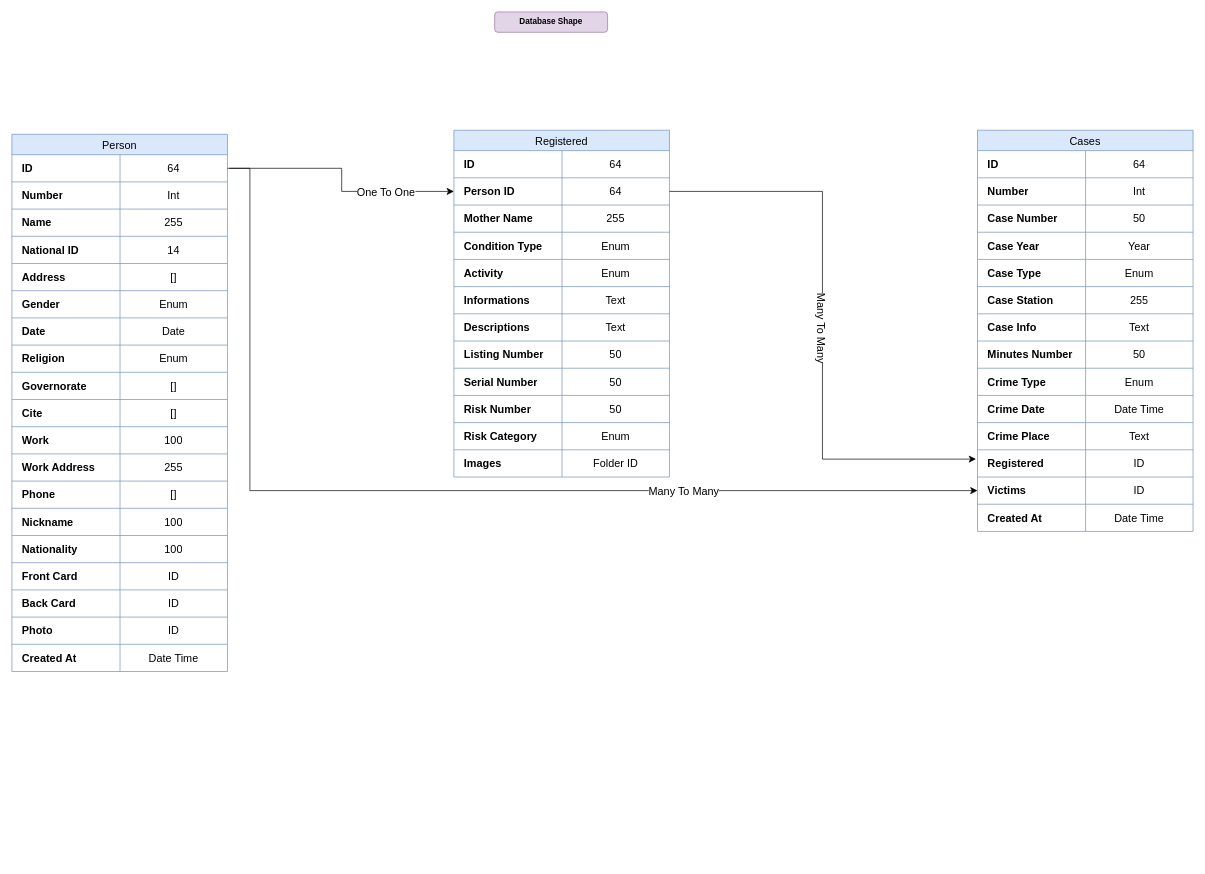
This is archive.drawio from JS-Developer-HM/draft0, a draw.io file, before an edit. Source tidied: cells renumbered, new cells numbered last; positions are measured from the earlier drawing's top-left corner, leaving out a move shared by most shapes. Both pictures are drawn from the tidied source at 68%, with x=0, y=0 at pixel (12, 12).
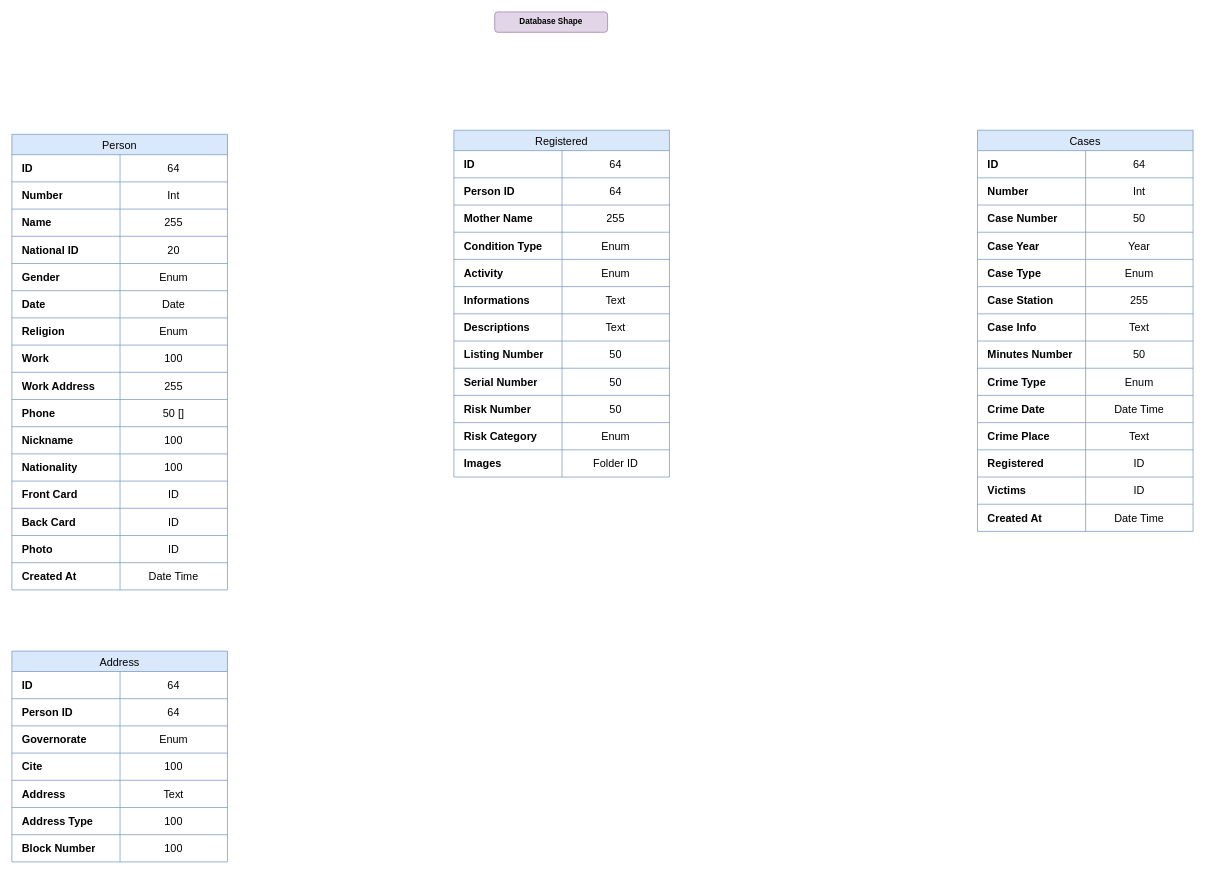
The same diagram, later.

The change refers to these unchanged cells:
```xml
<mxCell id="4" style="shape=tableRow;horizontal=0;startSize=0;swimlaneHead=0;swimlaneBody=0;strokeColor=inherit;top=0;left=0;bottom=0;right=0;fillColor=none;points=[[0,0.5],[1,0.5]];portConstraint=eastwest;fontSize=16;shadow=0;" parent="3" vertex="1">
  <mxGeometry y="30" width="317" height="40" as="geometry" />
</mxCell>
<mxCell id="13" style="shape=tableRow;horizontal=0;startSize=0;swimlaneHead=0;swimlaneBody=0;strokeColor=inherit;top=0;left=0;bottom=0;right=0;fillColor=none;fontSize=16;shadow=0;" parent="3" vertex="1">
  <mxGeometry y="150" width="317" height="40" as="geometry" />
</mxCell>
<mxCell id="65" style="shape=tableRow;horizontal=0;startSize=0;swimlaneHead=0;swimlaneBody=0;strokeColor=inherit;top=0;left=0;bottom=0;right=0;fillColor=none;points=[[0,0.5],[1,0.5]];portConstraint=eastwest;fontSize=16;shadow=0;" parent="61" vertex="1">
  <mxGeometry y="70" width="317" height="40" as="geometry" />
</mxCell>
<mxCell id="132" style="shape=tableRow;horizontal=0;startSize=0;swimlaneHead=0;swimlaneBody=0;strokeColor=inherit;top=0;left=0;bottom=0;right=0;fillColor=none;points=[[0,0.5],[1,0.5]];portConstraint=eastwest;fontSize=16;shadow=0;" parent="98" vertex="1">
  <mxGeometry y="470" width="317" height="40" as="geometry" />
</mxCell>
<mxCell id="135" style="shape=tableRow;horizontal=0;startSize=0;swimlaneHead=0;swimlaneBody=0;strokeColor=inherit;top=0;left=0;bottom=0;right=0;fillColor=none;points=[[0,0.5],[1,0.5]];portConstraint=eastwest;fontSize=16;shadow=0;" parent="98" vertex="1">
  <mxGeometry y="510" width="317" height="40" as="geometry" />
</mxCell>
```

What changed in the source:
```diff
@@
     <mxCell id="3" value="Person" style="shape=table;startSize=30;childLayout=tableLayout;strokeColor=#6c8ebf;fontSize=16;fillColor=#dae8fc;" parent="1" vertex="1">
-      <mxGeometry y="180" width="317" height="790" as="geometry" />
+      <mxGeometry y="180" width="317" height="670" as="geometry" />
     </mxCell>
@@
-    <mxCell id="15" value="14" style="shape=partialRectangle;html=1;whiteSpace=wrap;strokeColor=inherit;overflow=hidden;fillColor=none;top=0;left=0;bottom=0;right=0;fontSize=16;shadow=0;" parent="13" vertex="1">
+    <mxCell id="15" value="20" style="shape=partialRectangle;html=1;whiteSpace=wrap;strokeColor=inherit;overflow=hidden;fillColor=none;top=0;left=0;bottom=0;right=0;fontSize=16;shadow=0;" parent="13" vertex="1">
       <mxGeometry x="159" width="158" height="40" as="geometry" />
     </mxCell>
-    <mxCell id="16" style="shape=tableRow;horizontal=0;startSize=0;swimlaneHead=0;swimlaneBody=0;strokeColor=inherit;top=0;left=0;bottom=0;right=0;fillColor=none;fontSize=16;shadow=0;" parent="3" vertex="1">
-      <mxGeometry y="190" width="317" height="40" as="geometry" />
-    </mxCell>
-    <mxCell id="17" value="Address" style="shape=partialRectangle;html=1;strokeColor=inherit;overflow=hidden;fillColor=none;top=0;left=0;bottom=0;right=0;fontSize=16;shadow=0;fontStyle=1;fontColor=light-dark(#000000,#CCCCFF);align=left;verticalAlign=middle;labelBackgroundColor=none;labelBorderColor=none;textShadow=0;whiteSpace=wrap;spacingTop=0;spacing=2;spacingLeft=13;" parent="16" vertex="1">
-      <mxGeometry width="159" height="40" as="geometry" />
-    </mxCell>
-    <mxCell id="18" value="[]" style="shape=partialRectangle;html=1;whiteSpace=wrap;strokeColor=inherit;overflow=hidden;fillColor=none;top=0;left=0;bottom=0;right=0;fontSize=16;shadow=0;" parent="16" vertex="1">
-      <mxGeometry x="159" width="158" height="40" as="geometry" />
-    </mxCell>
     <mxCell id="19" style="shape=tableRow;horizontal=0;startSize=0;swimlaneHead=0;swimlaneBody=0;strokeColor=inherit;top=0;left=0;bottom=0;right=0;fillColor=none;fontSize=16;shadow=0;" parent="3" vertex="1">
-      <mxGeometry y="230" width="317" height="40" as="geometry" />
+      <mxGeometry y="190" width="317" height="40" as="geometry" />
     </mxCell>
@@
     <mxCell id="22" style="shape=tableRow;horizontal=0;startSize=0;swimlaneHead=0;swimlaneBody=0;strokeColor=inherit;top=0;left=0;bottom=0;right=0;fillColor=none;fontSize=16;shadow=0;" parent="3" vertex="1">
-      <mxGeometry y="270" width="317" height="40" as="geometry" />
+      <mxGeometry y="230" width="317" height="40" as="geometry" />
     </mxCell>
@@
     <mxCell id="25" style="shape=tableRow;horizontal=0;startSize=0;swimlaneHead=0;swimlaneBody=0;strokeColor=inherit;top=0;left=0;bottom=0;right=0;fillColor=none;fontSize=16;shadow=0;" parent="3" vertex="1">
-      <mxGeometry y="310" width="317" height="40" as="geometry" />
+      <mxGeometry y="270" width="317" height="40" as="geometry" />
     </mxCell>
@@
-    <mxCell id="28" style="shape=tableRow;horizontal=0;startSize=0;swimlaneHead=0;swimlaneBody=0;strokeColor=inherit;top=0;left=0;bottom=0;right=0;fillColor=none;fontSize=16;shadow=0;" parent="3" vertex="1">
-      <mxGeometry y="350" width="317" height="40" as="geometry" />
-    </mxCell>
-    <mxCell id="29" value="Governorate" style="shape=partialRectangle;html=1;strokeColor=inherit;overflow=hidden;fillColor=none;top=0;left=0;bottom=0;right=0;fontSize=16;shadow=0;fontStyle=1;fontColor=light-dark(#000000,#CCCCFF);align=left;verticalAlign=middle;labelBackgroundColor=none;labelBorderColor=none;textShadow=0;whiteSpace=wrap;spacingTop=0;spacing=2;spacingLeft=13;" parent="28" vertex="1">
-      <mxGeometry width="159" height="40" as="geometry" />
-    </mxCell>
-    <mxCell id="30" value="[]" style="shape=partialRectangle;html=1;whiteSpace=wrap;strokeColor=inherit;overflow=hidden;fillColor=none;top=0;left=0;bottom=0;right=0;fontSize=16;shadow=0;" parent="28" vertex="1">
-      <mxGeometry x="159" width="158" height="40" as="geometry" />
-    </mxCell>
-    <mxCell id="31" style="shape=tableRow;horizontal=0;startSize=0;swimlaneHead=0;swimlaneBody=0;strokeColor=inherit;top=0;left=0;bottom=0;right=0;fillColor=none;fontSize=16;shadow=0;" parent="3" vertex="1">
-      <mxGeometry y="390" width="317" height="40" as="geometry" />
-    </mxCell>
-    <mxCell id="32" value="Cite" style="shape=partialRectangle;html=1;strokeColor=inherit;overflow=hidden;fillColor=none;top=0;left=0;bottom=0;right=0;fontSize=16;shadow=0;fontStyle=1;fontColor=light-dark(#000000,#CCCCFF);align=left;verticalAlign=middle;labelBackgroundColor=none;labelBorderColor=none;textShadow=0;whiteSpace=wrap;spacingTop=0;spacing=2;spacingLeft=13;" parent="31" vertex="1">
-      <mxGeometry width="159" height="40" as="geometry" />
-    </mxCell>
-    <mxCell id="33" value="[]" style="shape=partialRectangle;html=1;whiteSpace=wrap;strokeColor=inherit;overflow=hidden;fillColor=none;top=0;left=0;bottom=0;right=0;fontSize=16;shadow=0;" parent="31" vertex="1">
-      <mxGeometry x="159" width="158" height="40" as="geometry" />
-    </mxCell>
     <mxCell id="34" style="shape=tableRow;horizontal=0;startSize=0;swimlaneHead=0;swimlaneBody=0;strokeColor=inherit;top=0;left=0;bottom=0;right=0;fillColor=none;fontSize=16;shadow=0;" parent="3" vertex="1">
-      <mxGeometry y="430" width="317" height="40" as="geometry" />
+      <mxGeometry y="310" width="317" height="40" as="geometry" />
     </mxCell>
@@
     <mxCell id="37" style="shape=tableRow;horizontal=0;startSize=0;swimlaneHead=0;swimlaneBody=0;strokeColor=inherit;top=0;left=0;bottom=0;right=0;fillColor=none;fontSize=16;shadow=0;" parent="3" vertex="1">
-      <mxGeometry y="470" width="317" height="40" as="geometry" />
+      <mxGeometry y="350" width="317" height="40" as="geometry" />
     </mxCell>
@@
     <mxCell id="40" style="shape=tableRow;horizontal=0;startSize=0;swimlaneHead=0;swimlaneBody=0;strokeColor=inherit;top=0;left=0;bottom=0;right=0;fillColor=none;fontSize=16;shadow=0;" parent="3" vertex="1">
-      <mxGeometry y="510" width="317" height="40" as="geometry" />
+      <mxGeometry y="390" width="317" height="40" as="geometry" />
     </mxCell>
@@
-    <mxCell id="42" value="[]" style="shape=partialRectangle;html=1;whiteSpace=wrap;strokeColor=inherit;overflow=hidden;fillColor=none;top=0;left=0;bottom=0;right=0;fontSize=16;shadow=0;" parent="40" vertex="1">
+    <mxCell id="42" value="50 []" style="shape=partialRectangle;html=1;whiteSpace=wrap;strokeColor=inherit;overflow=hidden;fillColor=none;top=0;left=0;bottom=0;right=0;fontSize=16;shadow=0;" parent="40" vertex="1">
       <mxGeometry x="159" width="158" height="40" as="geometry" />
     </mxCell>
     <mxCell id="43" style="shape=tableRow;horizontal=0;startSize=0;swimlaneHead=0;swimlaneBody=0;strokeColor=inherit;top=0;left=0;bottom=0;right=0;fillColor=none;fontSize=16;shadow=0;" parent="3" vertex="1">
-      <mxGeometry y="550" width="317" height="40" as="geometry" />
+      <mxGeometry y="430" width="317" height="40" as="geometry" />
     </mxCell>
@@
     <mxCell id="46" style="shape=tableRow;horizontal=0;startSize=0;swimlaneHead=0;swimlaneBody=0;strokeColor=inherit;top=0;left=0;bottom=0;right=0;fillColor=none;fontSize=16;shadow=0;" parent="3" vertex="1">
-      <mxGeometry y="590" width="317" height="40" as="geometry" />
+      <mxGeometry y="470" width="317" height="40" as="geometry" />
     </mxCell>
@@
     <mxCell id="49" style="shape=tableRow;horizontal=0;startSize=0;swimlaneHead=0;swimlaneBody=0;strokeColor=inherit;top=0;left=0;bottom=0;right=0;fillColor=none;fontSize=16;shadow=0;" parent="3" vertex="1">
-      <mxGeometry y="630" width="317" height="40" as="geometry" />
+      <mxGeometry y="510" width="317" height="40" as="geometry" />
     </mxCell>
@@
     <mxCell id="52" style="shape=tableRow;horizontal=0;startSize=0;swimlaneHead=0;swimlaneBody=0;strokeColor=inherit;top=0;left=0;bottom=0;right=0;fillColor=none;fontSize=16;shadow=0;" parent="3" vertex="1">
-      <mxGeometry y="670" width="317" height="40" as="geometry" />
+      <mxGeometry y="550" width="317" height="40" as="geometry" />
     </mxCell>
@@
     <mxCell id="55" style="shape=tableRow;horizontal=0;startSize=0;swimlaneHead=0;swimlaneBody=0;strokeColor=inherit;top=0;left=0;bottom=0;right=0;fillColor=none;fontSize=16;shadow=0;" parent="3" vertex="1">
-      <mxGeometry y="710" width="317" height="40" as="geometry" />
+      <mxGeometry y="590" width="317" height="40" as="geometry" />
     </mxCell>
@@
     <mxCell id="58" style="shape=tableRow;horizontal=0;startSize=0;swimlaneHead=0;swimlaneBody=0;strokeColor=inherit;top=0;left=0;bottom=0;right=0;fillColor=none;fontSize=16;shadow=0;" parent="3" vertex="1">
-      <mxGeometry y="750" width="317" height="40" as="geometry" />
+      <mxGeometry y="630" width="317" height="40" as="geometry" />
     </mxCell>
@@
-    <mxCell id="141" style="edgeStyle=elbowEdgeStyle;elbow=horizontal;endArrow=classic;html=1;curved=0;rounded=0;endSize=8;startSize=8;exitX=1;exitY=0.5;exitDx=0;exitDy=0;entryX=0;entryY=0.5;entryDx=0;entryDy=0;" parent="1" edge="1" source="4" target="135">
-      <mxGeometry relative="1" as="geometry">
-        <Array as="points">
-          <mxPoint x="350" y="580" />
-        </Array>
-      </mxGeometry>
-    </mxCell>
-    <mxCell id="142" value="Many To Many" style="edgeLabel;html=1;align=center;verticalAlign=middle;fontSize=16;" parent="141" vertex="1">
-      <mxGeometry x="0.45" relative="1" as="geometry">
-        <mxPoint x="1" as="offset" />
-      </mxGeometry>
-    </mxCell>
-    <mxCell id="143" style="edgeStyle=elbowEdgeStyle;elbow=horizontal;endArrow=classic;html=1;curved=0;rounded=0;endSize=8;startSize=8;" parent="1" edge="1" target="65">
-      <mxGeometry relative="1" as="geometry">
-        <mxPoint x="320" y="230" as="sourcePoint" />
-      </mxGeometry>
-    </mxCell>
-    <mxCell id="144" value="One To One" style="edgeLabel;html=1;align=center;verticalAlign=middle;fontSize=16;" parent="143" vertex="1">
-      <mxGeometry x="-0.36" y="3" relative="1" as="geometry">
-        <mxPoint x="113" y="37" as="offset" />
-      </mxGeometry>
-    </mxCell>
-    <mxCell id="145" style="edgeStyle=elbowEdgeStyle;elbow=horizontal;endArrow=classic;html=1;curved=0;rounded=0;endSize=8;startSize=8;entryX=-0.007;entryY=0.342;entryDx=0;entryDy=0;entryPerimeter=0;" parent="1" edge="1" source="65" target="132">
-      <mxGeometry relative="1" as="geometry" />
-    </mxCell>
-    <mxCell id="146" value="Many To Many" style="edgeLabel;html=1;align=center;verticalAlign=middle;rotation=90;fontSize=16;" parent="145" vertex="1">
-      <mxGeometry relative="1" as="geometry">
-        <mxPoint y="3" as="offset" />
-      </mxGeometry>
-    </mxCell>
+    <mxCell id="147" value="Address" style="shape=table;startSize=30;childLayout=tableLayout;strokeColor=#6c8ebf;fontSize=16;fillColor=#dae8fc;" parent="1" vertex="1">
+      <mxGeometry y="940" width="317" height="310" as="geometry" />
+    </mxCell>
+    <mxCell id="148" style="shape=tableRow;horizontal=0;startSize=0;swimlaneHead=0;swimlaneBody=0;strokeColor=inherit;top=0;left=0;bottom=0;right=0;fillColor=none;fontSize=16;shadow=0;" parent="147" vertex="1">
+      <mxGeometry y="30" width="317" height="40" as="geometry" />
+    </mxCell>
+    <mxCell id="149" value="&lt;span style=&quot;&quot;&gt;&lt;span&gt;ID&lt;/span&gt;&lt;/span&gt;" style="shape=partialRectangle;html=1;strokeColor=inherit;overflow=hidden;fillColor=none;top=0;left=0;bottom=0;right=0;fontSize=16;shadow=0;fontStyle=1;fontColor=light-dark(#000000,#CCCCFF);align=left;verticalAlign=middle;labelBackgroundColor=none;labelBorderColor=none;textShadow=0;whiteSpace=wrap;spacingTop=0;spacing=2;spacingLeft=13;" parent="148" vertex="1">
+      <mxGeometry width="159" height="40" as="geometry" />
+    </mxCell>
+    <mxCell id="150" value="64" style="shape=partialRectangle;html=1;whiteSpace=wrap;strokeColor=inherit;overflow=hidden;fillColor=none;top=0;left=0;bottom=0;right=0;fontSize=16;shadow=0;" parent="148" vertex="1">
+      <mxGeometry x="159" width="158" height="40" as="geometry" />
+    </mxCell>
+    <mxCell id="151" style="shape=tableRow;horizontal=0;startSize=0;swimlaneHead=0;swimlaneBody=0;strokeColor=inherit;top=0;left=0;bottom=0;right=0;fillColor=none;fontSize=16;shadow=0;" parent="147" vertex="1">
+      <mxGeometry y="70" width="317" height="40" as="geometry" />
+    </mxCell>
+    <mxCell id="152" value="Person ID" style="shape=partialRectangle;html=1;strokeColor=inherit;overflow=hidden;fillColor=none;top=0;left=0;bottom=0;right=0;fontSize=16;shadow=0;fontStyle=1;fontColor=light-dark(#000000,#CCCCFF);align=left;verticalAlign=middle;labelBackgroundColor=none;labelBorderColor=none;textShadow=0;whiteSpace=wrap;spacingTop=0;spacing=2;spacingLeft=13;" parent="151" vertex="1">
+      <mxGeometry width="159" height="40" as="geometry" />
+    </mxCell>
+    <mxCell id="153" value="64" style="shape=partialRectangle;html=1;whiteSpace=wrap;strokeColor=inherit;overflow=hidden;fillColor=none;top=0;left=0;bottom=0;right=0;fontSize=16;shadow=0;" parent="151" vertex="1">
+      <mxGeometry x="159" width="158" height="40" as="geometry" />
+    </mxCell>
+    <mxCell id="154" style="shape=tableRow;horizontal=0;startSize=0;swimlaneHead=0;swimlaneBody=0;strokeColor=inherit;top=0;left=0;bottom=0;right=0;fillColor=none;fontSize=16;shadow=0;" parent="147" vertex="1">
+      <mxGeometry y="110" width="317" height="40" as="geometry" />
+    </mxCell>
+    <mxCell id="29" value="Governorate" style="shape=partialRectangle;html=1;strokeColor=inherit;overflow=hidden;fillColor=none;top=0;left=0;bottom=0;right=0;fontSize=16;shadow=0;fontStyle=1;fontColor=light-dark(#000000,#CCCCFF);align=left;verticalAlign=middle;labelBackgroundColor=none;labelBorderColor=none;textShadow=0;whiteSpace=wrap;spacingTop=0;spacing=2;spacingLeft=13;" parent="154" vertex="1">
+      <mxGeometry width="159" height="40" as="geometry" />
+    </mxCell>
+    <mxCell id="155" value="Enum" style="shape=partialRectangle;html=1;whiteSpace=wrap;strokeColor=inherit;overflow=hidden;fillColor=none;top=0;left=0;bottom=0;right=0;fontSize=16;shadow=0;" parent="154" vertex="1">
+      <mxGeometry x="159" width="158" height="40" as="geometry" />
+    </mxCell>
+    <mxCell id="156" style="shape=tableRow;horizontal=0;startSize=0;swimlaneHead=0;swimlaneBody=0;strokeColor=inherit;top=0;left=0;bottom=0;right=0;fillColor=none;fontSize=16;shadow=0;" parent="147" vertex="1">
+      <mxGeometry y="150" width="317" height="40" as="geometry" />
+    </mxCell>
+    <mxCell id="32" value="Cite" style="shape=partialRectangle;html=1;strokeColor=inherit;overflow=hidden;fillColor=none;top=0;left=0;bottom=0;right=0;fontSize=16;shadow=0;fontStyle=1;fontColor=light-dark(#000000,#CCCCFF);align=left;verticalAlign=middle;labelBackgroundColor=none;labelBorderColor=none;textShadow=0;whiteSpace=wrap;spacingTop=0;spacing=2;spacingLeft=13;" parent="156" vertex="1">
+      <mxGeometry width="159" height="40" as="geometry" />
+    </mxCell>
+    <mxCell id="157" value="100" style="shape=partialRectangle;html=1;whiteSpace=wrap;strokeColor=inherit;overflow=hidden;fillColor=none;top=0;left=0;bottom=0;right=0;fontSize=16;shadow=0;" parent="156" vertex="1">
+      <mxGeometry x="159" width="158" height="40" as="geometry" />
+    </mxCell>
+    <mxCell id="16" style="shape=tableRow;horizontal=0;startSize=0;swimlaneHead=0;swimlaneBody=0;strokeColor=inherit;top=0;left=0;bottom=0;right=0;fillColor=none;fontSize=16;shadow=0;" parent="147" vertex="1">
+      <mxGeometry y="190" width="317" height="40" as="geometry" />
+    </mxCell>
+    <mxCell id="17" value="Address" style="shape=partialRectangle;html=1;strokeColor=inherit;overflow=hidden;fillColor=none;top=0;left=0;bottom=0;right=0;fontSize=16;shadow=0;fontStyle=1;fontColor=light-dark(#000000,#CCCCFF);align=left;verticalAlign=middle;labelBackgroundColor=none;labelBorderColor=none;textShadow=0;whiteSpace=wrap;spacingTop=0;spacing=2;spacingLeft=13;" parent="16" vertex="1">
+      <mxGeometry width="159" height="40" as="geometry" />
+    </mxCell>
+    <mxCell id="158" value="Text" style="shape=partialRectangle;html=1;whiteSpace=wrap;strokeColor=inherit;overflow=hidden;fillColor=none;top=0;left=0;bottom=0;right=0;fontSize=16;shadow=0;" parent="16" vertex="1">
+      <mxGeometry x="159" width="158" height="40" as="geometry" />
+    </mxCell>
+    <mxCell id="159" style="shape=tableRow;horizontal=0;startSize=0;swimlaneHead=0;swimlaneBody=0;strokeColor=inherit;top=0;left=0;bottom=0;right=0;fillColor=none;fontSize=16;shadow=0;" parent="147" vertex="1">
+      <mxGeometry y="230" width="317" height="40" as="geometry" />
+    </mxCell>
+    <mxCell id="160" value="Address Type" style="shape=partialRectangle;html=1;strokeColor=inherit;overflow=hidden;fillColor=none;top=0;left=0;bottom=0;right=0;fontSize=16;shadow=0;fontStyle=1;fontColor=light-dark(#000000,#CCCCFF);align=left;verticalAlign=middle;labelBackgroundColor=none;labelBorderColor=none;textShadow=0;whiteSpace=wrap;spacingTop=0;spacing=2;spacingLeft=13;" parent="159" vertex="1">
+      <mxGeometry width="159" height="40" as="geometry" />
+    </mxCell>
+    <mxCell id="161" value="100" style="shape=partialRectangle;html=1;whiteSpace=wrap;strokeColor=inherit;overflow=hidden;fillColor=none;top=0;left=0;bottom=0;right=0;fontSize=16;shadow=0;" parent="159" vertex="1">
+      <mxGeometry x="159" width="158" height="40" as="geometry" />
+    </mxCell>
+    <mxCell id="162" style="shape=tableRow;horizontal=0;startSize=0;swimlaneHead=0;swimlaneBody=0;strokeColor=inherit;top=0;left=0;bottom=0;right=0;fillColor=none;fontSize=16;shadow=0;" parent="147" vertex="1">
+      <mxGeometry y="270" width="317" height="40" as="geometry" />
+    </mxCell>
+    <mxCell id="163" value="Block Number" style="shape=partialRectangle;html=1;strokeColor=inherit;overflow=hidden;fillColor=none;top=0;left=0;bottom=0;right=0;fontSize=16;shadow=0;fontStyle=1;fontColor=light-dark(#000000,#CCCCFF);align=left;verticalAlign=middle;labelBackgroundColor=none;labelBorderColor=none;textShadow=0;whiteSpace=wrap;spacingTop=0;spacing=2;spacingLeft=13;" parent="162" vertex="1">
+      <mxGeometry width="159" height="40" as="geometry" />
+    </mxCell>
+    <mxCell id="164" value="100" style="shape=partialRectangle;html=1;whiteSpace=wrap;strokeColor=inherit;overflow=hidden;fillColor=none;top=0;left=0;bottom=0;right=0;fontSize=16;shadow=0;" parent="162" vertex="1">
+      <mxGeometry x="159" width="158" height="40" as="geometry" />
+    </mxCell>
```
